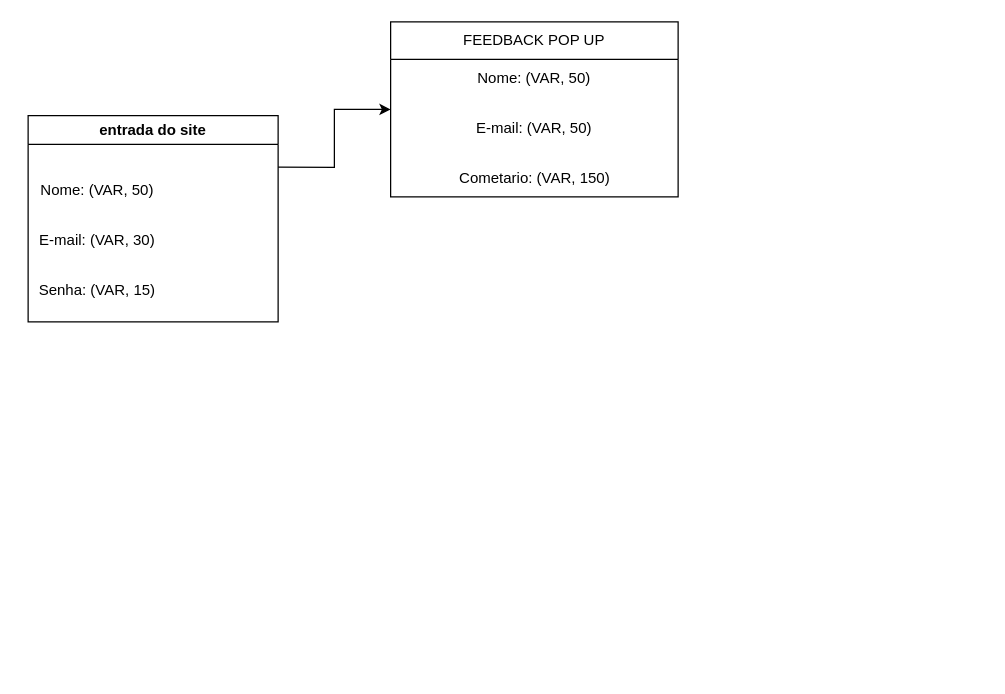
Earlier version of the draw.io diagram banco de dados.drawio (Pedro1AF/rascunhos). Source tidied: cells renumbered, new cells numbered last; positions are measured from the earlier drawing's top-left corner, leaving out a move shared by most shapes. Both pictures are drawn from the tidied source at 125%, with x=0, y=0 at pixel (21, 21).
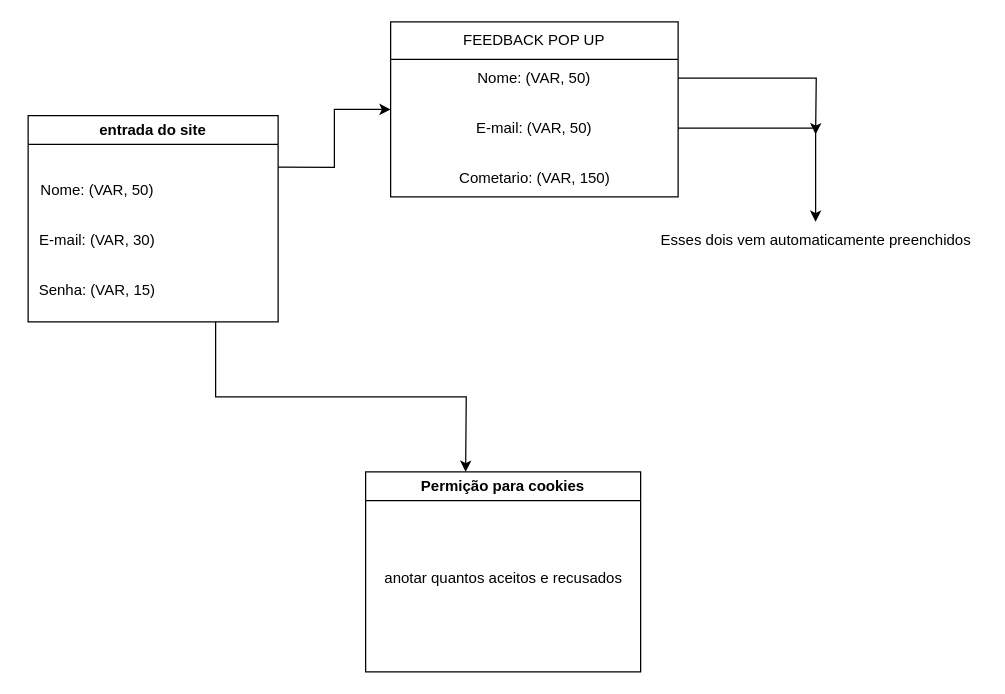
Above is the later version.

Change to the diagram source:
```diff
@@
 <mxGraphModel>
   <root>
     <mxCell id="0" />
     <mxCell id="1" parent="0" />
     <mxCell id="2" style="edgeStyle=orthogonalEdgeStyle;rounded=0;jettySize=auto;html=1;exitX=1;exitY=0.25;exitDx=0;exitDy=0;entryX=0;entryY=0.5;entryDx=0;entryDy=0;" parent="1" edge="1" source="3" target="7">
       <mxGeometry relative="1" as="geometry" />
     </mxCell>
+    <mxCell id="11" style="edgeStyle=orthogonalEdgeStyle;rounded=0;jettySize=auto;html=1;exitX=0.75;exitY=1;exitDx=0;exitDy=0;" parent="1" edge="1" source="3">
+      <mxGeometry relative="1" as="geometry">
+        <mxPoint x="355" y="360" as="targetPoint" />
+      </mxGeometry>
+    </mxCell>
     <mxCell id="3" value="entrada do site" style="swimlane;whiteSpace=wrap;html=1;" parent="1" vertex="1">
       <mxGeometry x="5" y="75" width="200" height="165" as="geometry" />
     </mxCell>
     <mxCell id="4" value="Nome: (VAR, 50)" style="text;html=1;align=center;verticalAlign=middle;strokeColor=none;fillColor=none;" parent="3" vertex="1">
       <mxGeometry y="45" width="110" height="30" as="geometry" />
     </mxCell>
     <mxCell id="5" value="E-mail: (VAR, 30)" style="text;html=1;align=center;verticalAlign=middle;strokeColor=none;fillColor=none;" parent="3" vertex="1">
       <mxGeometry x="-5" y="85" width="120" height="30" as="geometry" />
     </mxCell>
     <mxCell id="6" value="Senha: (VAR, 15)" style="text;html=1;align=center;verticalAlign=middle;strokeColor=none;fillColor=none;" parent="3" vertex="1">
       <mxGeometry x="-5" y="125" width="120" height="30" as="geometry" />
     </mxCell>
     <mxCell id="7" value="FEEDBACK POP UP" style="swimlane;fontStyle=0;horizontal=1;startSize=30;whiteSpace=wrap;html=1;" parent="1" vertex="1">
       <mxGeometry x="295" width="230" height="140" as="geometry" />
     </mxCell>
+    <mxCell id="12" style="edgeStyle=orthogonalEdgeStyle;rounded=0;jettySize=auto;html=1;exitX=1;exitY=0.5;exitDx=0;exitDy=0;" parent="7" edge="1" source="8">
+      <mxGeometry relative="1" as="geometry">
+        <mxPoint x="340" y="90" as="targetPoint" />
+      </mxGeometry>
+    </mxCell>
     <mxCell id="8" value="Nome: (VAR, 50)" style="text;strokeColor=none;fillColor=none;align=center;verticalAlign=middle;spacingLeft=4;spacingRight=4;overflow=hidden;points=[[0,0.5],[1,0.5]];portConstraint=eastwest;whiteSpace=wrap;html=1;" parent="7" vertex="1">
       <mxGeometry y="30" width="230" height="30" as="geometry" />
     </mxCell>
     <mxCell id="9" value="E-mail: (VAR, 50)" style="text;strokeColor=none;fillColor=none;align=center;verticalAlign=middle;spacingLeft=4;spacingRight=4;overflow=hidden;points=[[0,0.5],[1,0.5]];portConstraint=eastwest;whiteSpace=wrap;html=1;" parent="7" vertex="1">
       <mxGeometry y="60" width="230" height="50" as="geometry" />
     </mxCell>
     <mxCell id="10" value="Cometario: (VAR, 150)" style="text;html=1;align=center;verticalAlign=middle;strokeColor=none;fillColor=none;" parent="7" vertex="1">
       <mxGeometry y="110" width="230" height="30" as="geometry" />
     </mxCell>
+    <mxCell id="13" value="Esses dois vem automaticamente preenchidos" style="text;html=1;align=center;verticalAlign=middle;points=[];strokeColor=none;fillColor=none;" parent="1" vertex="1">
+      <mxGeometry x="500" y="160" width="270" height="30" as="geometry" />
+    </mxCell>
+    <mxCell id="14" style="edgeStyle=orthogonalEdgeStyle;rounded=0;jettySize=auto;html=1;exitX=1;exitY=0.5;exitDx=0;exitDy=0;" parent="1" edge="1" source="9" target="13">
+      <mxGeometry relative="1" as="geometry" />
+    </mxCell>
+    <mxCell id="15" value="Permição para cookies" style="swimlane;whiteSpace=wrap;html=1;" parent="1" vertex="1">
+      <mxGeometry x="275" y="360" width="220" height="160" as="geometry" />
+    </mxCell>
+    <mxCell id="16" value="anotar quantos aceitos e recusados" style="text;html=1;align=center;verticalAlign=middle;strokeColor=none;fillColor=none;" parent="15" vertex="1">
+      <mxGeometry x="5" y="70" width="210" height="30" as="geometry" />
+    </mxCell>
   </root>
 </mxGraphModel>
```
